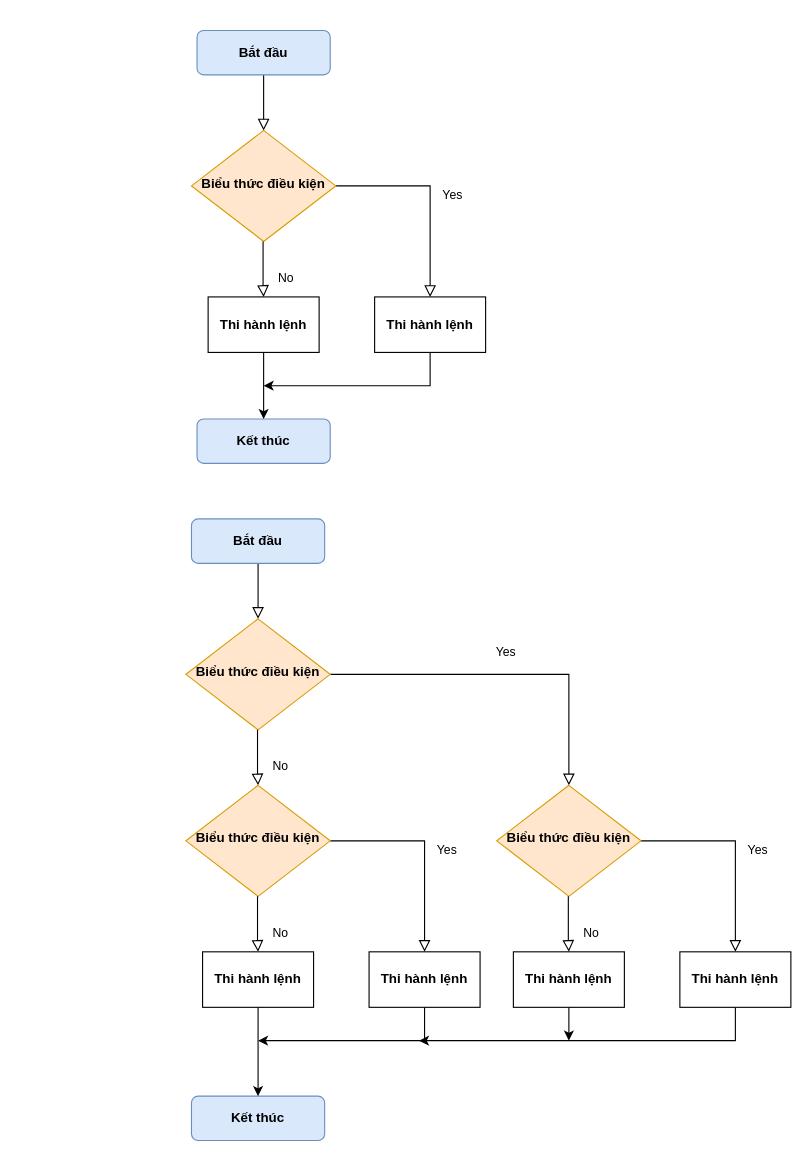
Before: page "If" (2 of 3) of Flowcharts.drawio in Konan23/Basic-Flowcharts, a draw.io diagram. Source tidied: cells renumbered, new cells numbered last; positions are measured from the earlier drawing's top-left corner, leaving out a move shared by most shapes. Both pictures are drawn from the tidied source at 111%, with x=0, y=0 at pixel (185, 30).
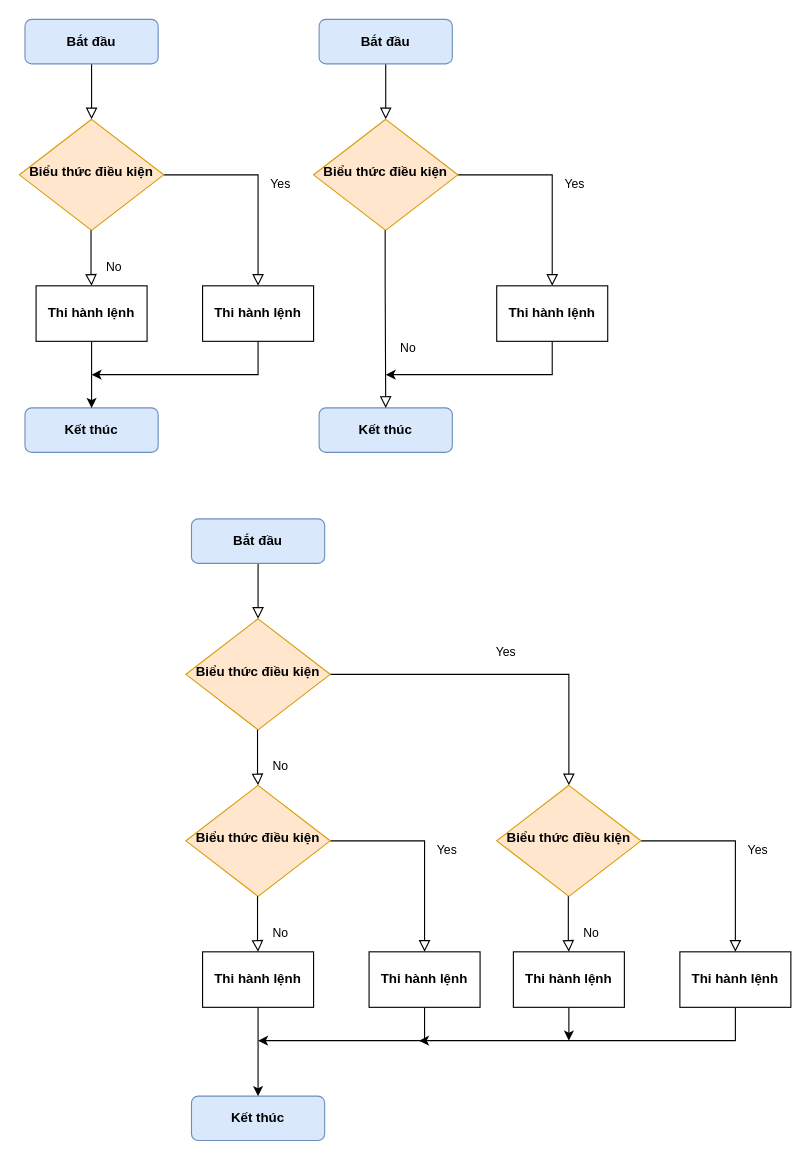
Above is the later version.

The edit, as a diff of the source:
```diff
@@
     <mxCell id="3" value="&lt;b&gt;Bắt đầu&lt;/b&gt;" style="rounded=1;whiteSpace=wrap;html=1;fontSize=12;glass=0;strokeWidth=1;shadow=0;fillColor=#dae8fc;strokeColor=#6c8ebf;fontFamily=Montserrat;FType=g;" parent="1" vertex="1">
-      <mxGeometry x="10" width="120" height="40" as="geometry" />
+      <mxGeometry x="-145" y="-10" width="120" height="40" as="geometry" />
     </mxCell>
     <mxCell id="4" value="Yes" style="rounded=0;html=1;jettySize=auto;fontSize=11;endArrow=block;endFill=0;endSize=8;strokeWidth=1;shadow=0;labelBackgroundColor=none;edgeStyle=orthogonalEdgeStyle;exitX=1;exitY=0.5;exitDx=0;exitDy=0;entryX=0.5;entryY=0;entryDx=0;entryDy=0;" parent="1" edge="1" source="5" target="9">
       <mxGeometry y="20" relative="1" as="geometry">
         <Array as="points">
-          <mxPoint x="220" y="140" />
+          <mxPoint x="65" y="130" />
         </Array>
       </mxGeometry>
     </mxCell>
     <mxCell id="5" value="Biểu thức điều kiện" style="rhombus;whiteSpace=wrap;html=1;shadow=0;fontFamily=Montserrat;fontSize=12;align=center;strokeWidth=1;spacing=6;spacingTop=-4;fillColor=#ffe6cc;strokeColor=#d79b00;fontStyle=1;" parent="1" vertex="1">
-      <mxGeometry x="5" y="90" width="130" height="100" as="geometry" />
+      <mxGeometry x="-150" y="80" width="130" height="100" as="geometry" />
     </mxCell>
     <mxCell id="6" value="Kết thúc" style="rounded=1;whiteSpace=wrap;html=1;fontSize=12;glass=0;strokeWidth=1;shadow=0;fillColor=#dae8fc;strokeColor=#6c8ebf;fontFamily=Montserrat;fontStyle=1;" parent="1" vertex="1">
-      <mxGeometry x="10" y="350" width="120" height="40" as="geometry" />
+      <mxGeometry x="-145" y="340" width="120" height="40" as="geometry" />
     </mxCell>
     <mxCell id="7" value="No" style="rounded=0;html=1;jettySize=auto;orthogonalLoop=1;fontSize=11;endArrow=block;endFill=0;endSize=8;strokeWidth=1;shadow=0;labelBackgroundColor=none;edgeStyle=orthogonalEdgeStyle;" parent="1" edge="1">
       <mxGeometry x="0.33" y="20" relative="1" as="geometry">
-        <mxPoint x="69.5" y="190" as="sourcePoint" />
-        <mxPoint x="70" y="240" as="targetPoint" />
+        <mxPoint x="-85.5" y="180" as="sourcePoint" />
+        <mxPoint x="-85" y="230" as="targetPoint" />
         <Array as="points">
-          <mxPoint x="70" y="230" />
-          <mxPoint x="70" y="230" />
+          <mxPoint x="-85" y="220" />
+          <mxPoint x="-85" y="220" />
         </Array>
       </mxGeometry>
     </mxCell>
     <mxCell id="8" style="edgeStyle=orthogonalEdgeStyle;rounded=0;jettySize=auto;html=1;exitX=0.5;exitY=1;exitDx=0;exitDy=0;" parent="1" edge="1" source="9">
       <mxGeometry relative="1" as="geometry">
-        <mxPoint x="70" y="320" as="targetPoint" />
+        <mxPoint x="-85" y="310" as="targetPoint" />
         <Array as="points">
-          <mxPoint x="220" y="320" />
-          <mxPoint x="70" y="320" />
+          <mxPoint x="65" y="310" />
+          <mxPoint x="-85" y="310" />
         </Array>
       </mxGeometry>
     </mxCell>
     <mxCell id="9" value="Thi hành lệnh" style="rounded=0;whiteSpace=wrap;html=1;fontFamily=Montserrat;fontStyle=1;" parent="1" vertex="1">
-      <mxGeometry x="170" y="240" width="100" height="50" as="geometry" />
+      <mxGeometry x="15" y="230" width="100" height="50" as="geometry" />
     </mxCell>
@@
     <mxCell id="11" value="Thi hành lệnh" style="rounded=0;whiteSpace=wrap;html=1;fontFamily=Montserrat;fontStyle=1;" parent="1" vertex="1">
-      <mxGeometry x="20" y="240" width="100" height="50" as="geometry" />
+      <mxGeometry x="-135" y="230" width="100" height="50" as="geometry" />
     </mxCell>
@@
+    <mxCell id="32" style="rounded=0;html=1;jettySize=auto;fontSize=11;endArrow=block;endFill=0;endSize=8;strokeWidth=1;shadow=0;labelBackgroundColor=none;edgeStyle=orthogonalEdgeStyle;" parent="1" edge="1" source="33" target="35">
+      <mxGeometry relative="1" as="geometry" />
+    </mxCell>
+    <mxCell id="33" value="&lt;b&gt;Bắt đầu&lt;/b&gt;" style="rounded=1;whiteSpace=wrap;html=1;fontSize=12;glass=0;strokeWidth=1;shadow=0;fillColor=#dae8fc;strokeColor=#6c8ebf;fontFamily=Montserrat;FType=g;" parent="1" vertex="1">
+      <mxGeometry x="120" y="-10" width="120" height="40" as="geometry" />
+    </mxCell>
+    <mxCell id="34" value="Yes" style="rounded=0;html=1;jettySize=auto;fontSize=11;endArrow=block;endFill=0;endSize=8;strokeWidth=1;shadow=0;labelBackgroundColor=none;edgeStyle=orthogonalEdgeStyle;exitX=1;exitY=0.5;exitDx=0;exitDy=0;entryX=0.5;entryY=0;entryDx=0;entryDy=0;" parent="1" edge="1" source="35" target="39">
+      <mxGeometry y="20" relative="1" as="geometry">
+        <Array as="points">
+          <mxPoint x="330" y="130" />
+        </Array>
+      </mxGeometry>
+    </mxCell>
+    <mxCell id="35" value="Biểu thức điều kiện" style="rhombus;whiteSpace=wrap;html=1;shadow=0;fontFamily=Montserrat;fontSize=12;align=center;strokeWidth=1;spacing=6;spacingTop=-4;fillColor=#ffe6cc;strokeColor=#d79b00;fontStyle=1;" parent="1" vertex="1">
+      <mxGeometry x="115" y="80" width="130" height="100" as="geometry" />
+    </mxCell>
+    <mxCell id="36" value="Kết thúc" style="rounded=1;whiteSpace=wrap;html=1;fontSize=12;glass=0;strokeWidth=1;shadow=0;fillColor=#dae8fc;strokeColor=#6c8ebf;fontFamily=Montserrat;fontStyle=1;" parent="1" vertex="1">
+      <mxGeometry x="120" y="340" width="120" height="40" as="geometry" />
+    </mxCell>
+    <mxCell id="37" value="No" style="rounded=0;html=1;jettySize=auto;fontSize=11;endArrow=block;endFill=0;endSize=8;strokeWidth=1;shadow=0;labelBackgroundColor=none;edgeStyle=orthogonalEdgeStyle;entryX=0.5;entryY=0;entryDx=0;entryDy=0;" parent="1" edge="1" target="36">
+      <mxGeometry x="0.33" y="20" relative="1" as="geometry">
+        <mxPoint x="179.5" y="180" as="sourcePoint" />
+        <Array as="points">
+          <mxPoint x="180" y="230" />
+          <mxPoint x="180" y="230" />
+        </Array>
+      </mxGeometry>
+    </mxCell>
+    <mxCell id="38" style="edgeStyle=orthogonalEdgeStyle;rounded=0;jettySize=auto;html=1;exitX=0.5;exitY=1;exitDx=0;exitDy=0;" parent="1" edge="1" source="39">
+      <mxGeometry relative="1" as="geometry">
+        <mxPoint x="180" y="310" as="targetPoint" />
+        <Array as="points">
+          <mxPoint x="330" y="310" />
+          <mxPoint x="180" y="310" />
+        </Array>
+      </mxGeometry>
+    </mxCell>
+    <mxCell id="39" value="Thi hành lệnh" style="rounded=0;whiteSpace=wrap;html=1;fontFamily=Montserrat;fontStyle=1;" parent="1" vertex="1">
+      <mxGeometry x="280" y="230" width="100" height="50" as="geometry" />
+    </mxCell>
```
